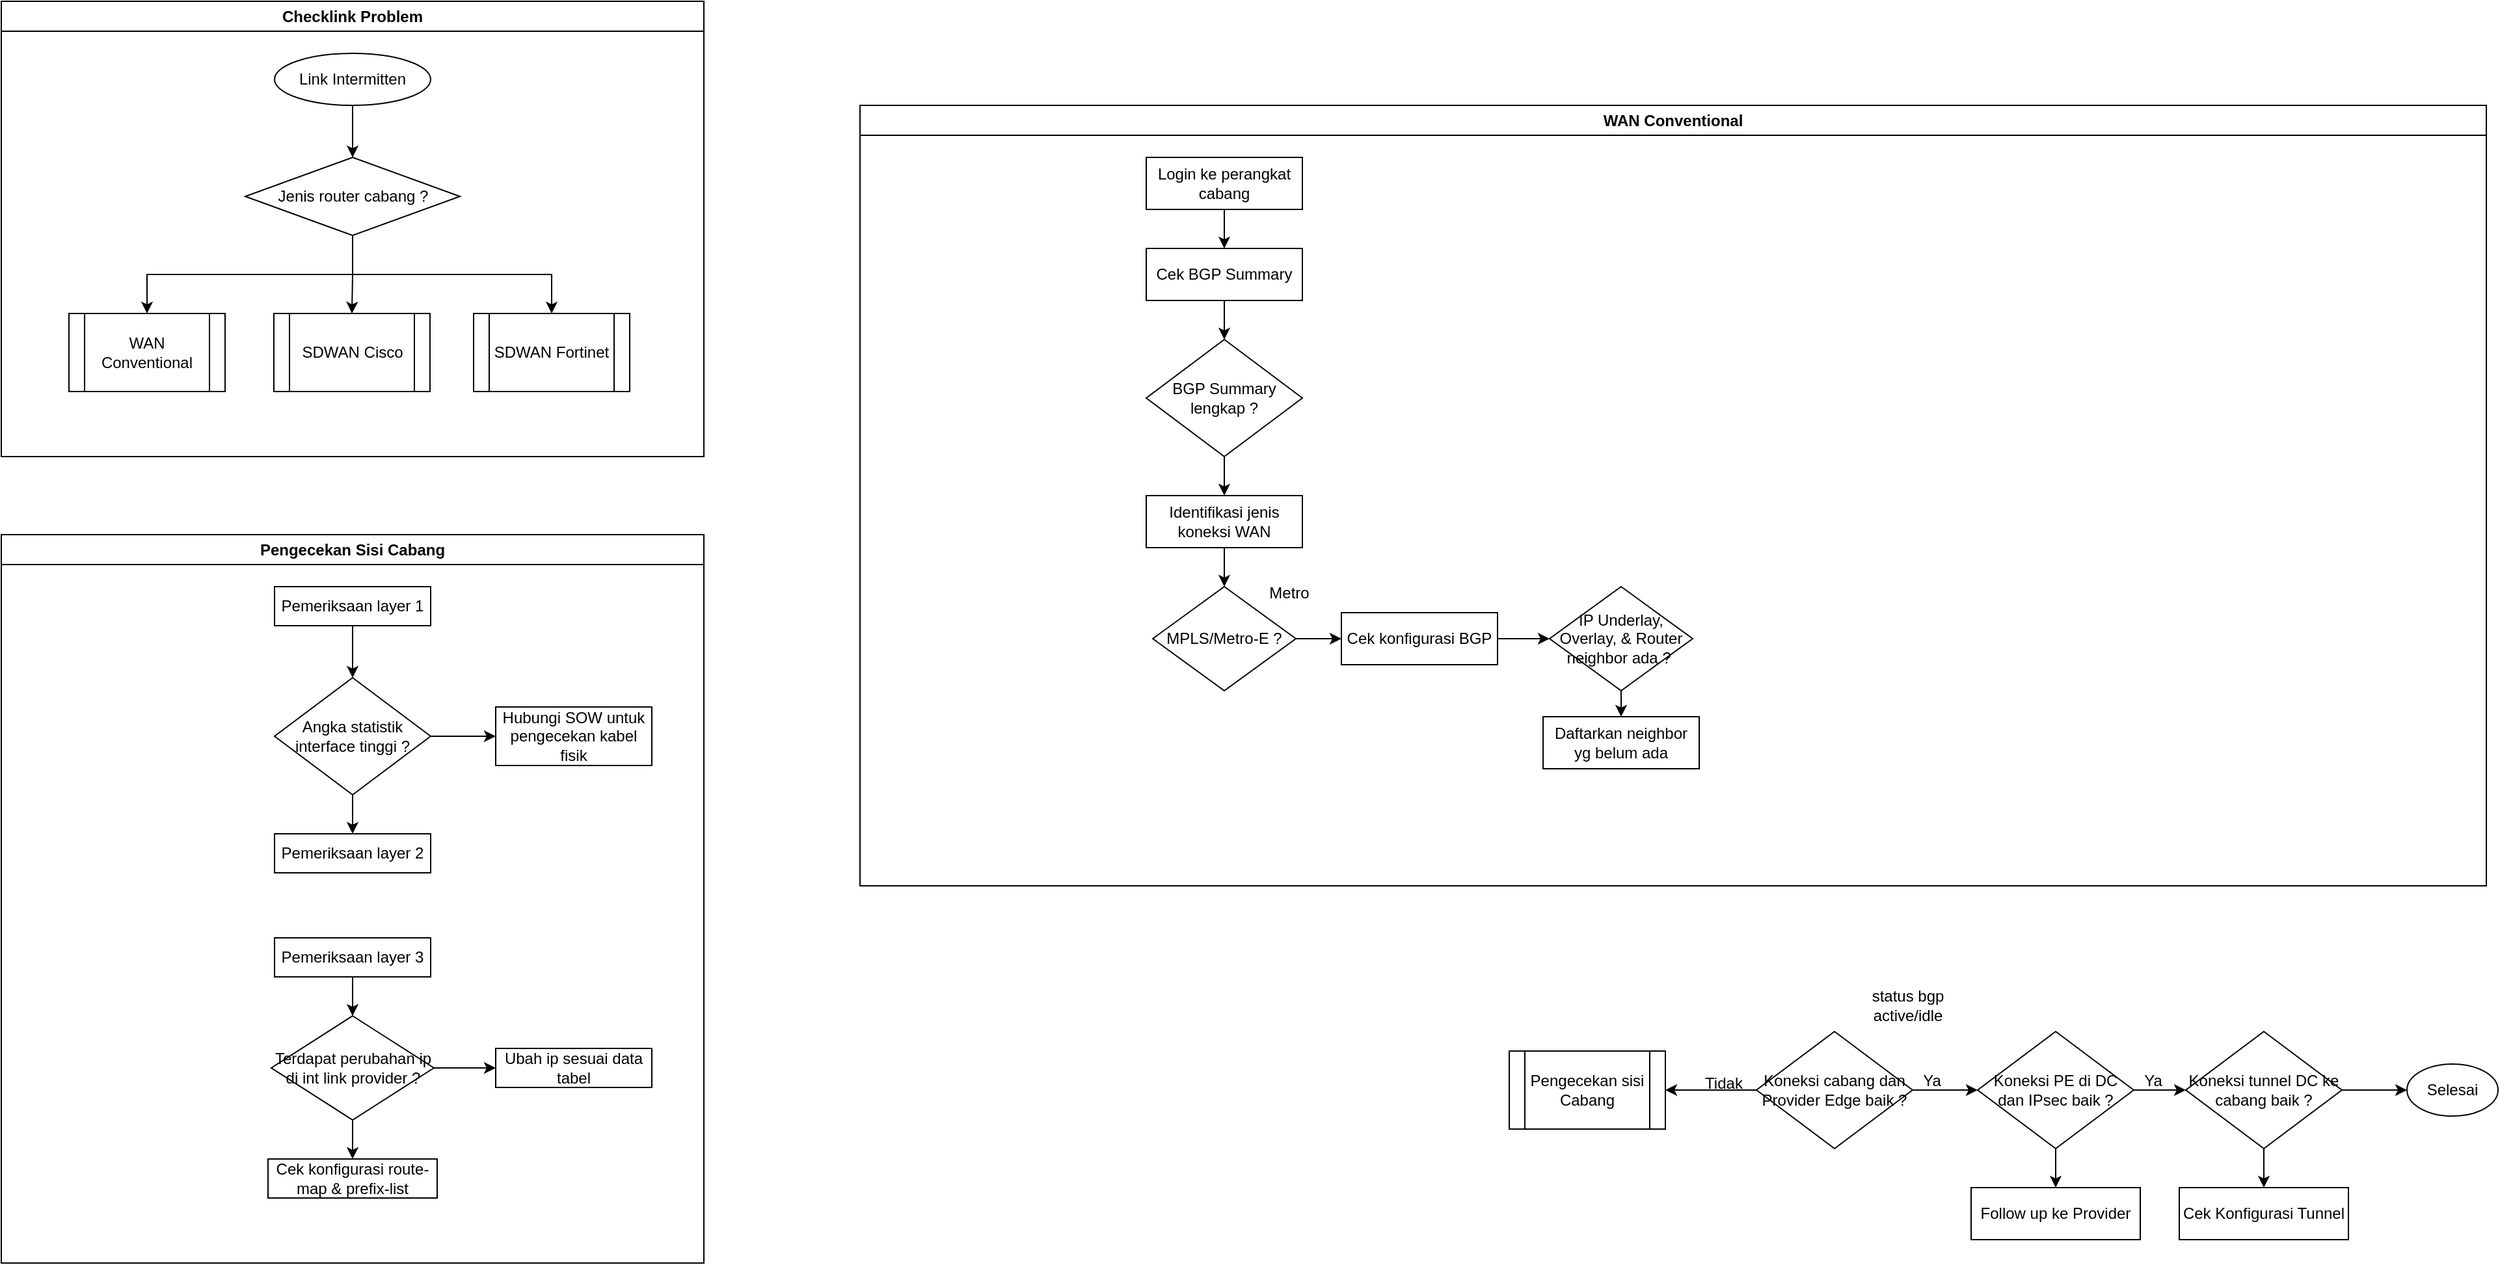
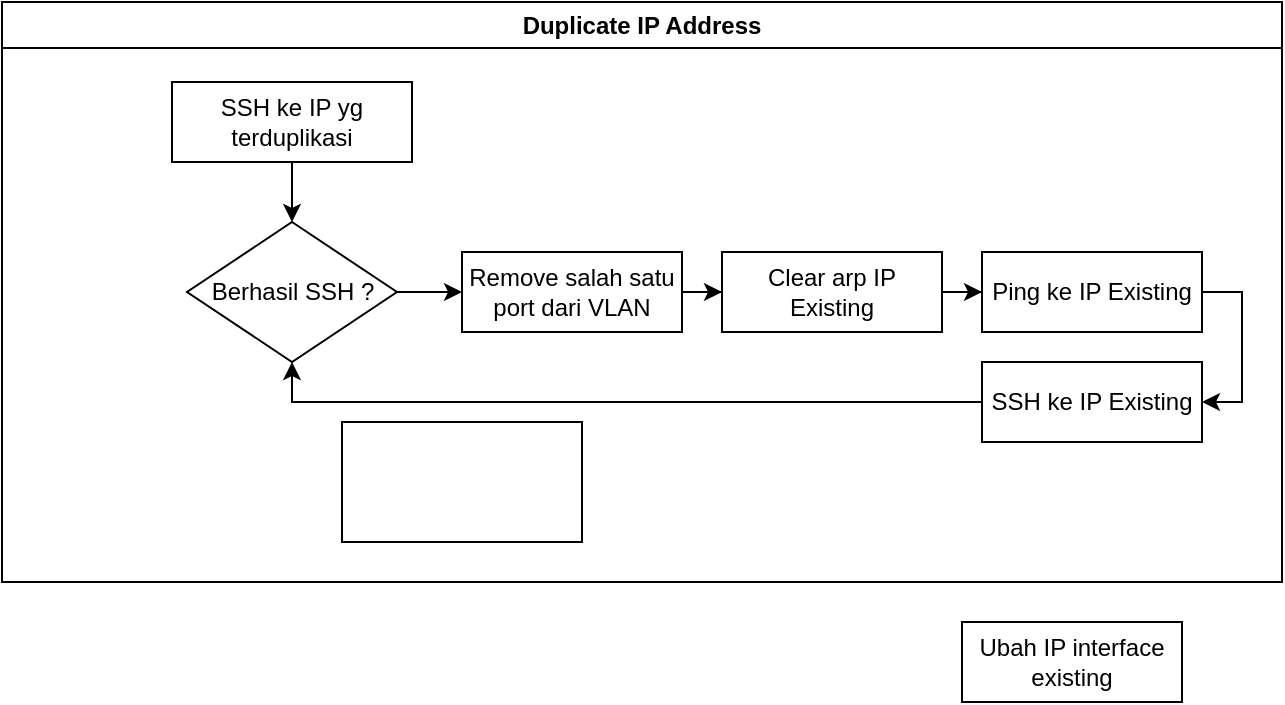
- <mxfile host="app.diagrams.net">
+ <mxfile host="app.diagrams.net" pages="2">
+   <diagram id="IqfTy9Qa5XRMRrwgn1kL" name="Page-2">
+     <mxGraphModel dx="363" dy="453" grid="1" gridSize="10" guides="1" tooltips="1" connect="1" arrows="1" fold="1" page="1" pageScale="1" pageWidth="850" pageHeight="1100" math="0" shadow="0">
+       <root>
+         <mxCell id="0" />
+         <mxCell id="1" parent="0" />
+         <mxCell id="Bbwd89mPKZ276QW8u6vw-1" parent="1" style="swimlane;whiteSpace=wrap;html=1;" value="Duplicate IP Address" vertex="1">
+           <mxGeometry height="290" width="640" x="450" y="30" as="geometry" />
+         </mxCell>
+         <mxCell id="Bbwd89mPKZ276QW8u6vw-9" edge="1" parent="Bbwd89mPKZ276QW8u6vw-1" source="Bbwd89mPKZ276QW8u6vw-3" style="edgeStyle=orthogonalEdgeStyle;rounded=0;orthogonalLoop=1;jettySize=auto;html=1;" target="Bbwd89mPKZ276QW8u6vw-6" value="">
+           <mxGeometry relative="1" as="geometry" />
+         </mxCell>
+         <mxCell id="Bbwd89mPKZ276QW8u6vw-3" parent="Bbwd89mPKZ276QW8u6vw-1" style="rounded=0;whiteSpace=wrap;html=1;" value="SSH ke IP yg terduplikasi" vertex="1">
+           <mxGeometry height="40" width="120" x="85" y="40" as="geometry" />
+         </mxCell>
+         <mxCell id="Bbwd89mPKZ276QW8u6vw-8" edge="1" parent="Bbwd89mPKZ276QW8u6vw-1" source="Bbwd89mPKZ276QW8u6vw-6" style="edgeStyle=orthogonalEdgeStyle;rounded=0;orthogonalLoop=1;jettySize=auto;html=1;" target="Bbwd89mPKZ276QW8u6vw-7" value="">
+           <mxGeometry relative="1" as="geometry" />
+         </mxCell>
+         <mxCell id="Bbwd89mPKZ276QW8u6vw-6" parent="Bbwd89mPKZ276QW8u6vw-1" style="rhombus;whiteSpace=wrap;html=1;" value="Berhasil SSH ?" vertex="1">
+           <mxGeometry height="70" width="105" x="92.5" y="110" as="geometry" />
+         </mxCell>
+         <mxCell id="Bbwd89mPKZ276QW8u6vw-13" edge="1" parent="Bbwd89mPKZ276QW8u6vw-1" source="Bbwd89mPKZ276QW8u6vw-7" style="edgeStyle=orthogonalEdgeStyle;rounded=0;orthogonalLoop=1;jettySize=auto;html=1;" target="Bbwd89mPKZ276QW8u6vw-11" value="">
+           <mxGeometry relative="1" as="geometry" />
+         </mxCell>
+         <mxCell id="Bbwd89mPKZ276QW8u6vw-7" parent="Bbwd89mPKZ276QW8u6vw-1" style="rounded=0;whiteSpace=wrap;html=1;" value="Remove salah satu port dari VLAN" vertex="1">
+           <mxGeometry height="40" width="110" x="230" y="125" as="geometry" />
+         </mxCell>
+         <mxCell id="Bbwd89mPKZ276QW8u6vw-11" parent="Bbwd89mPKZ276QW8u6vw-1" style="rounded=0;whiteSpace=wrap;html=1;" value="Clear arp IP Existing" vertex="1">
+           <mxGeometry height="40" width="110" x="360" y="125" as="geometry" />
+         </mxCell>
+         <mxCell id="Bbwd89mPKZ276QW8u6vw-21" edge="1" parent="Bbwd89mPKZ276QW8u6vw-1" source="Bbwd89mPKZ276QW8u6vw-15" style="edgeStyle=orthogonalEdgeStyle;rounded=0;orthogonalLoop=1;jettySize=auto;html=1;exitX=0;exitY=0.5;exitDx=0;exitDy=0;entryX=0.5;entryY=1;entryDx=0;entryDy=0;" target="Bbwd89mPKZ276QW8u6vw-6">
+           <mxGeometry relative="1" as="geometry" />
+         </mxCell>
+         <mxCell id="Bbwd89mPKZ276QW8u6vw-15" parent="Bbwd89mPKZ276QW8u6vw-1" style="rounded=0;whiteSpace=wrap;html=1;" value="SSH ke IP Existing" vertex="1">
+           <mxGeometry height="40" width="110" x="490" y="180" as="geometry" />
+         </mxCell>
+         <mxCell id="Bbwd89mPKZ276QW8u6vw-22" parent="Bbwd89mPKZ276QW8u6vw-1" style="rounded=0;whiteSpace=wrap;html=1;" value="" vertex="1">
+           <mxGeometry height="60" width="120" x="170" y="210" as="geometry" />
+         </mxCell>
+         <mxCell id="Bbwd89mPKZ276QW8u6vw-19" edge="1" parent="1" source="Bbwd89mPKZ276QW8u6vw-12" style="edgeStyle=orthogonalEdgeStyle;rounded=0;orthogonalLoop=1;jettySize=auto;html=1;exitX=1;exitY=0.5;exitDx=0;exitDy=0;entryX=1;entryY=0.5;entryDx=0;entryDy=0;" target="Bbwd89mPKZ276QW8u6vw-15">
+           <mxGeometry relative="1" as="geometry" />
+         </mxCell>
+         <mxCell id="Bbwd89mPKZ276QW8u6vw-12" parent="1" style="rounded=0;whiteSpace=wrap;html=1;" value="Ping ke IP Existing" vertex="1">
+           <mxGeometry height="40" width="110" x="940" y="155" as="geometry" />
+         </mxCell>
+         <mxCell id="Bbwd89mPKZ276QW8u6vw-14" edge="1" parent="1" source="Bbwd89mPKZ276QW8u6vw-11" style="edgeStyle=orthogonalEdgeStyle;rounded=0;orthogonalLoop=1;jettySize=auto;html=1;" target="Bbwd89mPKZ276QW8u6vw-12" value="">
+           <mxGeometry relative="1" as="geometry" />
+         </mxCell>
+         <mxCell id="Bbwd89mPKZ276QW8u6vw-18" parent="1" style="rounded=0;whiteSpace=wrap;html=1;" value="Ubah IP interface existing" vertex="1">
+           <mxGeometry height="40" width="110" x="930" y="340" as="geometry" />
+         </mxCell>
+       </root>
+     </mxGraphModel>
+   </diagram>
  <diagram name="Page-1" id="9vhfLtuUu_MpJ2AiOVXD">
    <mxGraphModel dx="1190" dy="906" grid="1" gridSize="10" guides="1" tooltips="1" connect="1" arrows="1" fold="1" page="1" pageScale="1" pageWidth="850" pageHeight="1100" math="0" shadow="0">
      <root>
        <mxCell id="0" />
        <mxCell id="1" parent="0" />
        <mxCell id="pEuGeytKHn6pjW4NDgE5-2" parent="1" style="swimlane;whiteSpace=wrap;html=1;" value="Checklink Problem" vertex="1">
          <mxGeometry height="350" width="540" x="10" y="10" as="geometry" />
        </mxCell>
        <mxCell id="P1elN6ceBegf7L-zKAY9-7" edge="1" parent="pEuGeytKHn6pjW4NDgE5-2" source="P1elN6ceBegf7L-zKAY9-3" style="edgeStyle=orthogonalEdgeStyle;rounded=0;orthogonalLoop=1;jettySize=auto;html=1;exitX=0.5;exitY=1;exitDx=0;exitDy=0;entryX=0.5;entryY=0;entryDx=0;entryDy=0;" target="P1elN6ceBegf7L-zKAY9-6">
          <mxGeometry relative="1" as="geometry" />
        </mxCell>
        <mxCell id="P1elN6ceBegf7L-zKAY9-3" parent="pEuGeytKHn6pjW4NDgE5-2" style="ellipse;whiteSpace=wrap;html=1;" value="Link Intermitten" vertex="1">
          <mxGeometry height="40" width="120" x="210" y="40" as="geometry" />
        </mxCell>
        <mxCell id="v4keN2X_tolYOajlrL1v-25" edge="1" parent="pEuGeytKHn6pjW4NDgE5-2" source="P1elN6ceBegf7L-zKAY9-6" style="edgeStyle=orthogonalEdgeStyle;rounded=0;orthogonalLoop=1;jettySize=auto;html=1;exitX=0.5;exitY=1;exitDx=0;exitDy=0;entryX=0.5;entryY=0;entryDx=0;entryDy=0;" target="v4keN2X_tolYOajlrL1v-22">
          <mxGeometry relative="1" as="geometry" />
        </mxCell>
        <mxCell id="v4keN2X_tolYOajlrL1v-26" edge="1" parent="pEuGeytKHn6pjW4NDgE5-2" source="P1elN6ceBegf7L-zKAY9-6" style="edgeStyle=orthogonalEdgeStyle;rounded=0;orthogonalLoop=1;jettySize=auto;html=1;exitX=0.5;exitY=1;exitDx=0;exitDy=0;entryX=0.5;entryY=0;entryDx=0;entryDy=0;" target="v4keN2X_tolYOajlrL1v-23">
          <mxGeometry relative="1" as="geometry" />
        </mxCell>
        <mxCell id="v4keN2X_tolYOajlrL1v-27" edge="1" parent="pEuGeytKHn6pjW4NDgE5-2" source="P1elN6ceBegf7L-zKAY9-6" style="edgeStyle=orthogonalEdgeStyle;rounded=0;orthogonalLoop=1;jettySize=auto;html=1;exitX=0.5;exitY=1;exitDx=0;exitDy=0;" target="v4keN2X_tolYOajlrL1v-24">
          <mxGeometry relative="1" as="geometry" />
        </mxCell>
        <mxCell id="P1elN6ceBegf7L-zKAY9-6" parent="pEuGeytKHn6pjW4NDgE5-2" style="rhombus;whiteSpace=wrap;html=1;" value="Jenis router cabang ?" vertex="1">
          <mxGeometry height="60" width="165" x="187.5" y="120" as="geometry" />
        </mxCell>
        <mxCell id="v4keN2X_tolYOajlrL1v-22" parent="pEuGeytKHn6pjW4NDgE5-2" style="shape=process;whiteSpace=wrap;html=1;backgroundOutline=1;" value="WAN Conventional" vertex="1">
          <mxGeometry height="60" width="120" x="52" y="240" as="geometry" />
        </mxCell>
        <mxCell id="v4keN2X_tolYOajlrL1v-23" parent="pEuGeytKHn6pjW4NDgE5-2" style="shape=process;whiteSpace=wrap;html=1;backgroundOutline=1;" value="SDWAN Cisco" vertex="1">
          <mxGeometry height="60" width="120" x="209.5" y="240" as="geometry" />
        </mxCell>
        <mxCell id="v4keN2X_tolYOajlrL1v-24" parent="pEuGeytKHn6pjW4NDgE5-2" style="shape=process;whiteSpace=wrap;html=1;backgroundOutline=1;" value="SDWAN Fortinet" vertex="1">
          <mxGeometry height="60" width="120" x="363" y="240" as="geometry" />
        </mxCell>
        <mxCell id="TYqNpPFM6TGwHHhuPpuI-11" parent="1" style="swimlane;whiteSpace=wrap;html=1;" value="WAN Conventional" vertex="1">
          <mxGeometry height="600" width="1250" x="670" y="90" as="geometry" />
        </mxCell>
        <mxCell id="v4keN2X_tolYOajlrL1v-10" edge="1" parent="TYqNpPFM6TGwHHhuPpuI-11" source="TYqNpPFM6TGwHHhuPpuI-12" style="edgeStyle=orthogonalEdgeStyle;rounded=0;orthogonalLoop=1;jettySize=auto;html=1;exitX=0.5;exitY=1;exitDx=0;exitDy=0;entryX=0.5;entryY=0;entryDx=0;entryDy=0;" target="v4keN2X_tolYOajlrL1v-9">
          <mxGeometry relative="1" as="geometry" />
        </mxCell>
        <mxCell id="TYqNpPFM6TGwHHhuPpuI-12" parent="TYqNpPFM6TGwHHhuPpuI-11" style="rounded=0;whiteSpace=wrap;html=1;" value="Login ke perangkat cabang" vertex="1">
          <mxGeometry height="40" width="120" x="220" y="40" as="geometry" />
        </mxCell>
        <mxCell id="v4keN2X_tolYOajlrL1v-7" edge="1" parent="TYqNpPFM6TGwHHhuPpuI-11" source="v4keN2X_tolYOajlrL1v-5" style="edgeStyle=orthogonalEdgeStyle;rounded=0;orthogonalLoop=1;jettySize=auto;html=1;exitX=0.5;exitY=1;exitDx=0;exitDy=0;" target="pmmJg_nAHrXnhT2FHE6J-1">
          <mxGeometry relative="1" as="geometry" />
        </mxCell>
        <mxCell id="v4keN2X_tolYOajlrL1v-5" parent="TYqNpPFM6TGwHHhuPpuI-11" style="rounded=0;whiteSpace=wrap;html=1;" value="Identifikasi jenis koneksi WAN" vertex="1">
          <mxGeometry height="40" width="120" x="220" y="300" as="geometry" />
        </mxCell>
        <mxCell id="v4keN2X_tolYOajlrL1v-15" edge="1" parent="TYqNpPFM6TGwHHhuPpuI-11" source="pmmJg_nAHrXnhT2FHE6J-1" style="edgeStyle=orthogonalEdgeStyle;rounded=0;orthogonalLoop=1;jettySize=auto;html=1;exitX=1;exitY=0.5;exitDx=0;exitDy=0;entryX=0;entryY=0.5;entryDx=0;entryDy=0;" target="v4keN2X_tolYOajlrL1v-14">
          <mxGeometry relative="1" as="geometry" />
        </mxCell>
        <mxCell id="pmmJg_nAHrXnhT2FHE6J-1" parent="TYqNpPFM6TGwHHhuPpuI-11" style="rhombus;whiteSpace=wrap;html=1;" value="MPLS/Metro-E ?" vertex="1">
          <mxGeometry height="80" width="110" x="225" y="370" as="geometry" />
        </mxCell>
        <mxCell id="v4keN2X_tolYOajlrL1v-11" edge="1" parent="TYqNpPFM6TGwHHhuPpuI-11" source="v4keN2X_tolYOajlrL1v-9" style="edgeStyle=orthogonalEdgeStyle;rounded=0;orthogonalLoop=1;jettySize=auto;html=1;exitX=0.5;exitY=1;exitDx=0;exitDy=0;entryX=0.5;entryY=0;entryDx=0;entryDy=0;" target="TYqNpPFM6TGwHHhuPpuI-13">
          <mxGeometry relative="1" as="geometry" />
        </mxCell>
        <mxCell id="v4keN2X_tolYOajlrL1v-9" parent="TYqNpPFM6TGwHHhuPpuI-11" style="rounded=0;whiteSpace=wrap;html=1;" value="Cek BGP Summary" vertex="1">
          <mxGeometry height="40" width="120" x="220" y="110" as="geometry" />
        </mxCell>
        <mxCell id="v4keN2X_tolYOajlrL1v-12" edge="1" parent="TYqNpPFM6TGwHHhuPpuI-11" source="TYqNpPFM6TGwHHhuPpuI-13" style="edgeStyle=orthogonalEdgeStyle;rounded=0;orthogonalLoop=1;jettySize=auto;html=1;exitX=0.5;exitY=1;exitDx=0;exitDy=0;entryX=0.5;entryY=0;entryDx=0;entryDy=0;" target="v4keN2X_tolYOajlrL1v-5">
          <mxGeometry relative="1" as="geometry" />
        </mxCell>
        <mxCell id="TYqNpPFM6TGwHHhuPpuI-13" parent="TYqNpPFM6TGwHHhuPpuI-11" style="rhombus;whiteSpace=wrap;html=1;" value="BGP Summary lengkap ?" vertex="1">
          <mxGeometry height="90" width="120" x="220" y="180" as="geometry" />
        </mxCell>
        <mxCell id="v4keN2X_tolYOajlrL1v-4" edge="1" parent="TYqNpPFM6TGwHHhuPpuI-11" style="edgeStyle=orthogonalEdgeStyle;rounded=0;orthogonalLoop=1;jettySize=auto;html=1;" target="v4keN2X_tolYOajlrL1v-3" value="">
          <mxGeometry relative="1" as="geometry">
            <mxPoint x="560" y="320" as="sourcePoint" />
          </mxGeometry>
        </mxCell>
        <mxCell id="v4keN2X_tolYOajlrL1v-17" edge="1" parent="TYqNpPFM6TGwHHhuPpuI-11" source="v4keN2X_tolYOajlrL1v-14" style="edgeStyle=orthogonalEdgeStyle;rounded=0;orthogonalLoop=1;jettySize=auto;html=1;exitX=1;exitY=0.5;exitDx=0;exitDy=0;entryX=0;entryY=0.5;entryDx=0;entryDy=0;" target="v4keN2X_tolYOajlrL1v-16">
          <mxGeometry relative="1" as="geometry" />
        </mxCell>
        <mxCell id="v4keN2X_tolYOajlrL1v-14" parent="TYqNpPFM6TGwHHhuPpuI-11" style="rounded=0;whiteSpace=wrap;html=1;" value="Cek konfigurasi BGP" vertex="1">
          <mxGeometry height="40" width="120" x="370" y="390" as="geometry" />
        </mxCell>
        <mxCell id="v4keN2X_tolYOajlrL1v-20" edge="1" parent="TYqNpPFM6TGwHHhuPpuI-11" source="v4keN2X_tolYOajlrL1v-16" style="edgeStyle=orthogonalEdgeStyle;rounded=0;orthogonalLoop=1;jettySize=auto;html=1;exitX=0.5;exitY=1;exitDx=0;exitDy=0;entryX=0.5;entryY=0;entryDx=0;entryDy=0;" target="v4keN2X_tolYOajlrL1v-19">
          <mxGeometry relative="1" as="geometry" />
        </mxCell>
        <mxCell id="v4keN2X_tolYOajlrL1v-16" parent="TYqNpPFM6TGwHHhuPpuI-11" style="rhombus;whiteSpace=wrap;html=1;" value="IP Underlay, Overlay, &amp;amp; Router neighbor ada ?&amp;nbsp;" vertex="1">
          <mxGeometry height="80" width="110" x="530" y="370" as="geometry" />
        </mxCell>
        <mxCell id="v4keN2X_tolYOajlrL1v-19" parent="TYqNpPFM6TGwHHhuPpuI-11" style="rounded=0;whiteSpace=wrap;html=1;" value="Daftarkan neighbor yg belum ada" vertex="1">
          <mxGeometry height="40" width="120" x="525" y="470" as="geometry" />
        </mxCell>
        <mxCell id="TYqNpPFM6TGwHHhuPpuI-65" parent="1" style="swimlane;whiteSpace=wrap;html=1;" value="Pengecekan Sisi Cabang" vertex="1">
          <mxGeometry height="560" width="540" x="10" y="420" as="geometry" />
        </mxCell>
        <mxCell id="fYS8cTILx4h1H9qz6oxb-3" edge="1" parent="TYqNpPFM6TGwHHhuPpuI-65" source="fYS8cTILx4h1H9qz6oxb-1" style="edgeStyle=orthogonalEdgeStyle;rounded=0;orthogonalLoop=1;jettySize=auto;html=1;" target="fYS8cTILx4h1H9qz6oxb-2" value="">
          <mxGeometry relative="1" as="geometry" />
        </mxCell>
        <mxCell id="fYS8cTILx4h1H9qz6oxb-1" parent="TYqNpPFM6TGwHHhuPpuI-65" style="rounded=0;whiteSpace=wrap;html=1;" value="Pemeriksaan layer 1" vertex="1">
          <mxGeometry height="30" width="120" x="210" y="40" as="geometry" />
        </mxCell>
        <mxCell id="fYS8cTILx4h1H9qz6oxb-5" edge="1" parent="TYqNpPFM6TGwHHhuPpuI-65" source="fYS8cTILx4h1H9qz6oxb-2" style="edgeStyle=orthogonalEdgeStyle;rounded=0;orthogonalLoop=1;jettySize=auto;html=1;" target="fYS8cTILx4h1H9qz6oxb-4" value="">
          <mxGeometry relative="1" as="geometry" />
        </mxCell>
        <mxCell id="fYS8cTILx4h1H9qz6oxb-7" edge="1" parent="TYqNpPFM6TGwHHhuPpuI-65" source="fYS8cTILx4h1H9qz6oxb-2" style="edgeStyle=orthogonalEdgeStyle;rounded=0;orthogonalLoop=1;jettySize=auto;html=1;" target="fYS8cTILx4h1H9qz6oxb-6" value="">
          <mxGeometry relative="1" as="geometry" />
        </mxCell>
        <mxCell id="fYS8cTILx4h1H9qz6oxb-2" parent="TYqNpPFM6TGwHHhuPpuI-65" style="rhombus;whiteSpace=wrap;html=1;" value="Angka statistik interface tinggi ?" vertex="1">
          <mxGeometry height="90" width="120" x="210" y="110" as="geometry" />
        </mxCell>
        <mxCell id="fYS8cTILx4h1H9qz6oxb-4" parent="TYqNpPFM6TGwHHhuPpuI-65" style="rounded=0;whiteSpace=wrap;html=1;" value="Hubungi SOW untuk pengecekan kabel fisik" vertex="1">
          <mxGeometry height="45" width="120" x="380" y="132.5" as="geometry" />
        </mxCell>
        <mxCell id="fYS8cTILx4h1H9qz6oxb-6" parent="TYqNpPFM6TGwHHhuPpuI-65" style="rounded=0;whiteSpace=wrap;html=1;" value="Pemeriksaan layer 2" vertex="1">
          <mxGeometry height="30" width="120" x="210" y="230" as="geometry" />
        </mxCell>
        <mxCell id="fYS8cTILx4h1H9qz6oxb-8" parent="TYqNpPFM6TGwHHhuPpuI-65" style="rounded=0;whiteSpace=wrap;html=1;" value="Pemeriksaan layer 3" vertex="1">
          <mxGeometry height="30" width="120" x="210" y="310" as="geometry" />
        </mxCell>
        <mxCell id="fYS8cTILx4h1H9qz6oxb-11" parent="TYqNpPFM6TGwHHhuPpuI-65" style="rounded=0;whiteSpace=wrap;html=1;" value="Ubah ip sesuai data tabel" vertex="1">
          <mxGeometry height="30" width="120" x="380" y="395" as="geometry" />
        </mxCell>
        <mxCell id="fYS8cTILx4h1H9qz6oxb-12" edge="1" parent="TYqNpPFM6TGwHHhuPpuI-65" source="fYS8cTILx4h1H9qz6oxb-9" style="edgeStyle=orthogonalEdgeStyle;rounded=0;orthogonalLoop=1;jettySize=auto;html=1;" target="fYS8cTILx4h1H9qz6oxb-11" value="">
          <mxGeometry relative="1" as="geometry" />
        </mxCell>
        <mxCell id="pmmJg_nAHrXnhT2FHE6J-10" edge="1" parent="TYqNpPFM6TGwHHhuPpuI-65" source="fYS8cTILx4h1H9qz6oxb-9" style="edgeStyle=orthogonalEdgeStyle;rounded=0;orthogonalLoop=1;jettySize=auto;html=1;exitX=0.5;exitY=1;exitDx=0;exitDy=0;entryX=0.5;entryY=0;entryDx=0;entryDy=0;" target="pmmJg_nAHrXnhT2FHE6J-9">
          <mxGeometry relative="1" as="geometry" />
        </mxCell>
        <mxCell id="fYS8cTILx4h1H9qz6oxb-9" parent="TYqNpPFM6TGwHHhuPpuI-65" style="rhombus;whiteSpace=wrap;html=1;" value="Terdapat perubahan ip di int link provider ?" vertex="1">
          <mxGeometry height="80" width="125" x="207.5" y="370" as="geometry" />
        </mxCell>
        <mxCell id="fYS8cTILx4h1H9qz6oxb-10" edge="1" parent="TYqNpPFM6TGwHHhuPpuI-65" source="fYS8cTILx4h1H9qz6oxb-8" style="edgeStyle=orthogonalEdgeStyle;rounded=0;orthogonalLoop=1;jettySize=auto;html=1;" target="fYS8cTILx4h1H9qz6oxb-9" value="">
          <mxGeometry relative="1" as="geometry" />
        </mxCell>
        <mxCell id="pmmJg_nAHrXnhT2FHE6J-9" parent="TYqNpPFM6TGwHHhuPpuI-65" style="rounded=0;whiteSpace=wrap;html=1;" value="Cek konfigurasi route-map &amp;amp; prefix-list" vertex="1">
          <mxGeometry height="30" width="130" x="205" y="480" as="geometry" />
        </mxCell>
        <mxCell id="TYqNpPFM6TGwHHhuPpuI-23" edge="1" parent="1" source="TYqNpPFM6TGwHHhuPpuI-19" style="edgeStyle=orthogonalEdgeStyle;rounded=0;orthogonalLoop=1;jettySize=auto;html=1;" target="TYqNpPFM6TGwHHhuPpuI-22" value="">
          <mxGeometry relative="1" as="geometry" />
        </mxCell>
        <mxCell id="TYqNpPFM6TGwHHhuPpuI-34" edge="1" parent="1" source="TYqNpPFM6TGwHHhuPpuI-19" style="edgeStyle=orthogonalEdgeStyle;rounded=0;orthogonalLoop=1;jettySize=auto;html=1;exitX=0;exitY=0.5;exitDx=0;exitDy=0;entryX=1;entryY=0.5;entryDx=0;entryDy=0;" target="TYqNpPFM6TGwHHhuPpuI-33">
          <mxGeometry relative="1" as="geometry" />
        </mxCell>
        <mxCell id="TYqNpPFM6TGwHHhuPpuI-19" parent="1" style="rhombus;whiteSpace=wrap;html=1;" value="Koneksi cabang dan Provider Edge baik ?" vertex="1">
          <mxGeometry height="90" width="120" x="1359" y="802" as="geometry" />
        </mxCell>
        <mxCell id="TYqNpPFM6TGwHHhuPpuI-22" parent="1" style="rhombus;whiteSpace=wrap;html=1;" value="Koneksi PE di DC dan IPsec baik ?" vertex="1">
          <mxGeometry height="90" width="120" x="1529" y="802" as="geometry" />
        </mxCell>
        <mxCell id="TYqNpPFM6TGwHHhuPpuI-24" parent="1" style="rounded=0;whiteSpace=wrap;html=1;" value="Follow up ke Provider" vertex="1">
          <mxGeometry height="40" width="130" x="1524" y="922" as="geometry" />
        </mxCell>
        <mxCell id="TYqNpPFM6TGwHHhuPpuI-25" edge="1" parent="1" source="TYqNpPFM6TGwHHhuPpuI-22" style="edgeStyle=orthogonalEdgeStyle;rounded=0;orthogonalLoop=1;jettySize=auto;html=1;exitX=0.5;exitY=1;exitDx=0;exitDy=0;entryX=0.5;entryY=0;entryDx=0;entryDy=0;" target="TYqNpPFM6TGwHHhuPpuI-24">
          <mxGeometry relative="1" as="geometry" />
        </mxCell>
        <mxCell id="pmmJg_nAHrXnhT2FHE6J-8" edge="1" parent="1" source="TYqNpPFM6TGwHHhuPpuI-26" style="edgeStyle=orthogonalEdgeStyle;rounded=0;orthogonalLoop=1;jettySize=auto;html=1;exitX=1;exitY=0.5;exitDx=0;exitDy=0;entryX=0;entryY=0.5;entryDx=0;entryDy=0;" target="pmmJg_nAHrXnhT2FHE6J-7">
          <mxGeometry relative="1" as="geometry" />
        </mxCell>
        <mxCell id="TYqNpPFM6TGwHHhuPpuI-26" parent="1" style="rhombus;whiteSpace=wrap;html=1;" value="Koneksi tunnel DC ke cabang baik ?" vertex="1">
          <mxGeometry height="90" width="120" x="1689" y="802" as="geometry" />
        </mxCell>
        <mxCell id="TYqNpPFM6TGwHHhuPpuI-27" edge="1" parent="1" source="TYqNpPFM6TGwHHhuPpuI-22" style="edgeStyle=orthogonalEdgeStyle;rounded=0;orthogonalLoop=1;jettySize=auto;html=1;" target="TYqNpPFM6TGwHHhuPpuI-26" value="">
          <mxGeometry relative="1" as="geometry" />
        </mxCell>
        <mxCell id="TYqNpPFM6TGwHHhuPpuI-28" parent="1" style="rounded=0;whiteSpace=wrap;html=1;" value="Cek Konfigurasi Tunnel" vertex="1">
          <mxGeometry height="40" width="130" x="1684" y="922" as="geometry" />
        </mxCell>
        <mxCell id="TYqNpPFM6TGwHHhuPpuI-29" edge="1" parent="1" source="TYqNpPFM6TGwHHhuPpuI-26" style="edgeStyle=orthogonalEdgeStyle;rounded=0;orthogonalLoop=1;jettySize=auto;html=1;exitX=0.5;exitY=1;exitDx=0;exitDy=0;entryX=0.5;entryY=0;entryDx=0;entryDy=0;" target="TYqNpPFM6TGwHHhuPpuI-28">
          <mxGeometry relative="1" as="geometry" />
        </mxCell>
        <mxCell id="TYqNpPFM6TGwHHhuPpuI-37" parent="1" style="text;html=1;whiteSpace=wrap;strokeColor=none;fillColor=none;align=center;verticalAlign=middle;rounded=0;" value="status bgp active/idle" vertex="1">
          <mxGeometry height="20" width="97" x="1427" y="772" as="geometry" />
        </mxCell>
        <mxCell id="TYqNpPFM6TGwHHhuPpuI-38" parent="1" style="text;html=1;whiteSpace=wrap;strokeColor=none;fillColor=none;align=center;verticalAlign=middle;rounded=0;" value="Tidak" vertex="1">
          <mxGeometry height="20" width="50" x="1309" y="832" as="geometry" />
        </mxCell>
        <mxCell id="TYqNpPFM6TGwHHhuPpuI-40" parent="1" style="text;html=1;whiteSpace=wrap;strokeColor=none;fillColor=none;align=center;verticalAlign=middle;rounded=0;" value="Ya" vertex="1">
          <mxGeometry height="20" width="50" x="1469" y="830" as="geometry" />
        </mxCell>
        <mxCell id="TYqNpPFM6TGwHHhuPpuI-41" parent="1" style="text;html=1;whiteSpace=wrap;strokeColor=none;fillColor=none;align=center;verticalAlign=middle;rounded=0;" value="Ya" vertex="1">
          <mxGeometry height="20" width="50" x="1639" y="830" as="geometry" />
        </mxCell>
        <mxCell id="TYqNpPFM6TGwHHhuPpuI-33" parent="1" style="shape=process;whiteSpace=wrap;html=1;backgroundOutline=1;" value="Pengecekan sisi Cabang" vertex="1">
          <mxGeometry height="60" width="120" x="1169" y="817" as="geometry" />
        </mxCell>
        <mxCell id="pmmJg_nAHrXnhT2FHE6J-7" parent="1" style="ellipse;whiteSpace=wrap;html=1;" value="Selesai" vertex="1">
          <mxGeometry height="40" width="70" x="1859" y="827" as="geometry" />
        </mxCell>
        <mxCell id="v4keN2X_tolYOajlrL1v-21" parent="1" style="text;html=1;whiteSpace=wrap;strokeColor=none;fillColor=none;align=center;verticalAlign=middle;rounded=0;" value="Metro" vertex="1">
          <mxGeometry height="30" width="60" x="970" y="450" as="geometry" />
        </mxCell>
      </root>
    </mxGraphModel>
  </diagram>
</mxfile>
